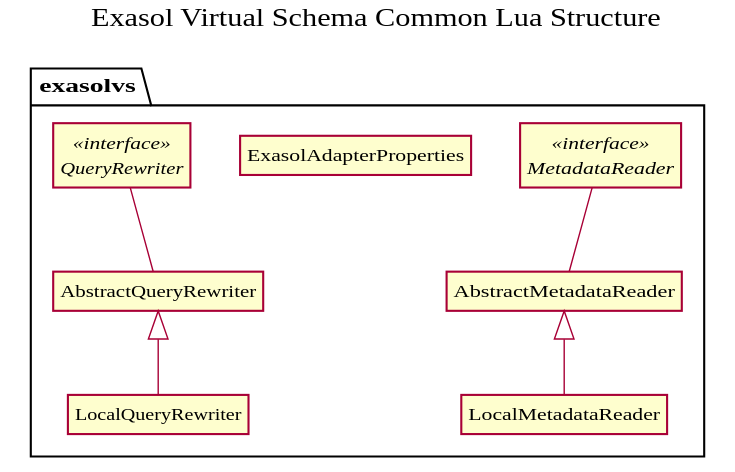
The PlantUML diagram doc/images/generated/cl_exasol_virtual_schema.svg in exasol/exasol-virtual-schema-common-lua, before a commit.
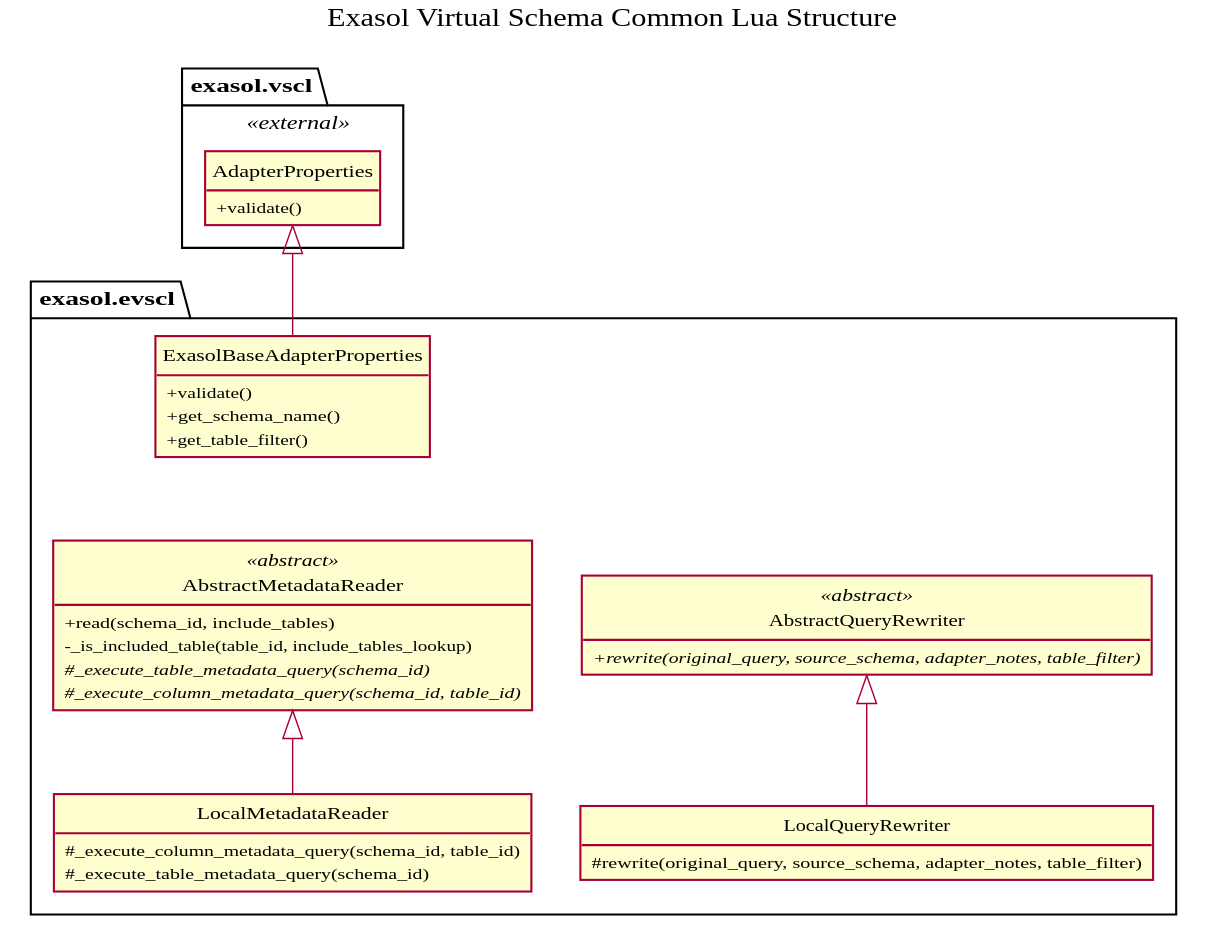
The same file after the commit.

Change to the diagram source:
```diff
@@ -12,18 +12,45 @@
 
 title: Exasol Virtual Schema Common Lua Structure
 
-package exasolvs {
-    class ExasolAdapterProperties
-    interface QueryRewriter <<interface>>
-    class AbstractMetadataReader
-    class LocalMetadataReader
-    interface MetadataReader <<interface>>
-    class AbstractQueryRewriter
-    class LocalQueryRewriter
+package exasol.vscl <<external>> {
+    class AdapterProperties {
+        + validate()
+    }
+}
 
-    AbstractMetadataReader -u- MetadataReader
+package exasol.evscl {
+    class ExasolBaseAdapterProperties {
+        + validate()
+        + get_schema_name()
+        + get_table_filter()
+    }
+
+    class AbstractMetadataReader <<abstract>> {
+        + read(schema_id, include_tables)
+        - _is_included_table(table_id, include_tables_lookup)
+        # {abstract} _execute_table_metadata_query(schema_id)
+        # {abstract} _execute_column_metadata_query(schema_id, table_id)
+    }
+
+    class LocalMetadataReader {
+        # _execute_column_metadata_query(schema_id, table_id)
+        # _execute_table_metadata_query(schema_id)
+    }
+
+    class AbstractQueryRewriter <<abstract>> {
+        + {abstract} rewrite(original_query, source_schema, adapter_notes, table_filter)
+    }
+
+    class LocalQueryRewriter {
+        # rewrite(original_query, source_schema, adapter_notes, table_filter)
+    }
+
     LocalMetadataReader -u-|> AbstractMetadataReader
-    QueryRewriter -d- AbstractQueryRewriter
     LocalQueryRewriter -u-|> AbstractQueryRewriter
+
+    ExasolBaseAdapterProperties -[hidden]d- AbstractMetadataReader
+    AbstractMetadataReader -[hidden]r- AbstractQueryRewriter
 }
+
+ExasolBaseAdapterProperties -u-|> AdapterProperties
 @enduml
```
